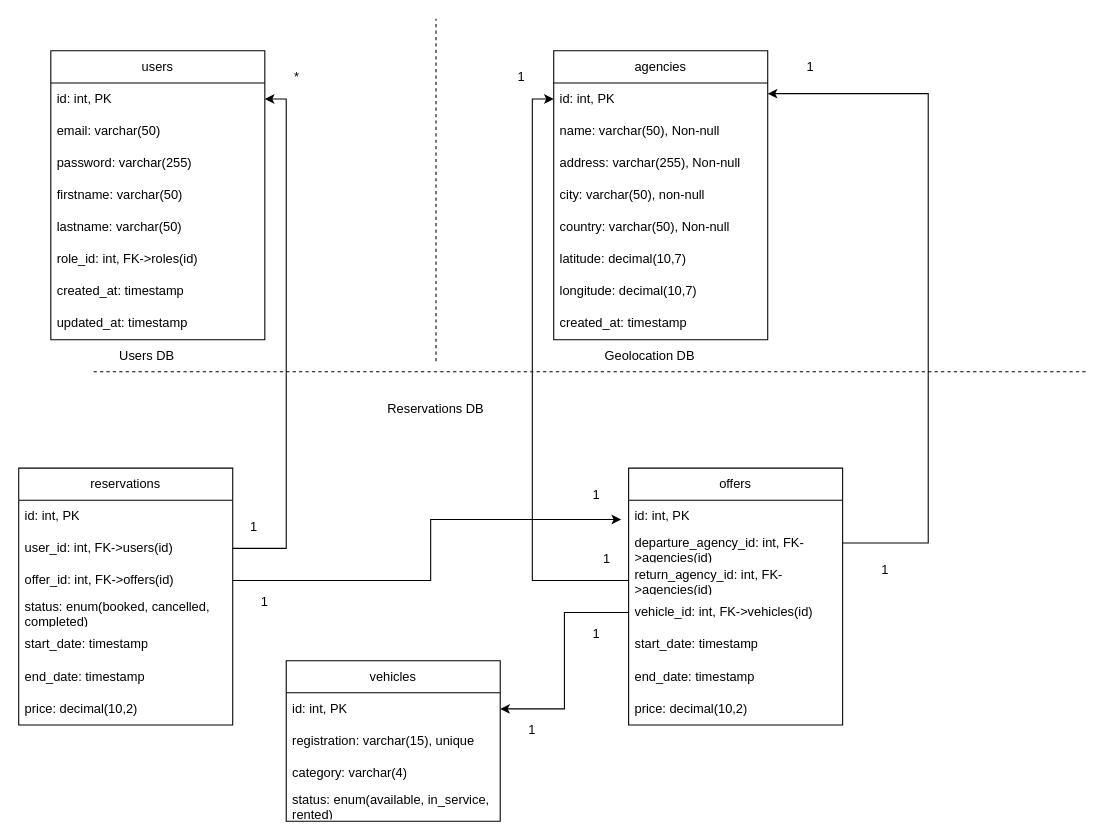
This is MS_Reservations.drawio from TBERT31/P13-YourCarYourWay_MessageApp_JavaAngular, a draw.io file, before an edit. Source tidied: cells renumbered, new cells numbered last; positions are measured from the earlier drawing's top-left corner, leaving out a move shared by most shapes. Both pictures are drawn from the tidied source at 107%, with x=0, y=0 at pixel (18, 18).
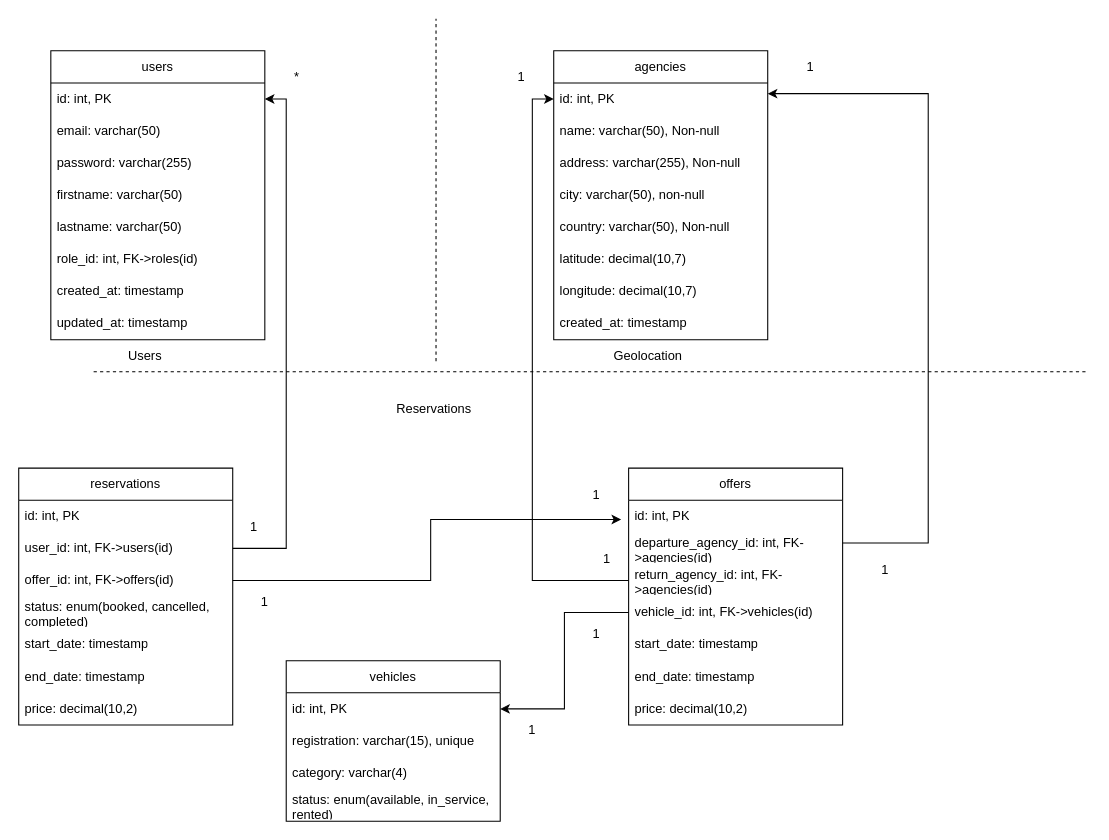
The same diagram, later.

Commit message:
Mettre à jour MS_Reservations.drawio

The edit, as a diff of the source:
```diff
@@
-    <mxCell id="29" value="Reservations DB" style="text;html=1;align=center;verticalAlign=middle;whiteSpace=wrap;rounded=0;" parent="1" vertex="1">
+    <mxCell id="29" value="Reservations&amp;nbsp;" style="text;html=1;align=center;verticalAlign=middle;whiteSpace=wrap;rounded=0;" parent="1" vertex="1">
       <mxGeometry x="340" y="350" width="100" height="30" as="geometry" />
     </mxCell>
-    <mxCell id="30" value="Users DB" style="text;html=1;align=center;verticalAlign=middle;whiteSpace=wrap;rounded=0;" parent="1" vertex="1">
+    <mxCell id="30" value="Users&amp;nbsp;" style="text;html=1;align=center;verticalAlign=middle;whiteSpace=wrap;rounded=0;" parent="1" vertex="1">
       <mxGeometry x="70" y="300" width="100" height="30" as="geometry" />
     </mxCell>
@@
-    <mxCell id="42" value="Geolocation DB" style="text;html=1;align=center;verticalAlign=middle;whiteSpace=wrap;rounded=0;" parent="1" vertex="1">
+    <mxCell id="42" value="Geolocation&amp;nbsp;" style="text;html=1;align=center;verticalAlign=middle;whiteSpace=wrap;rounded=0;" parent="1" vertex="1">
       <mxGeometry x="540" y="300" width="100" height="30" as="geometry" />
     </mxCell>
```
